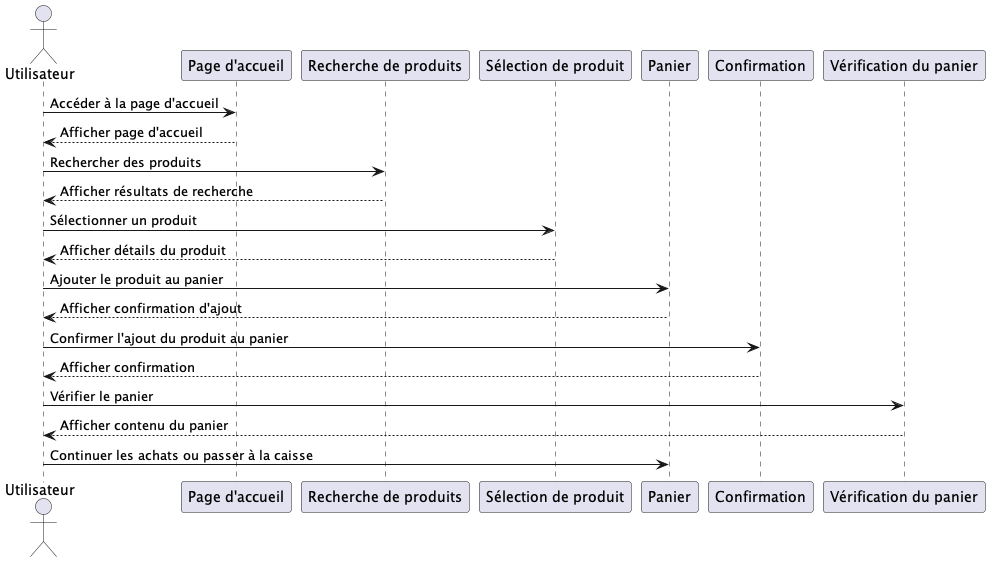
The PlantUML diagram doc/assets/UC-003-SEQDIAG-001.png in richmartins/acmestore, before a commit.
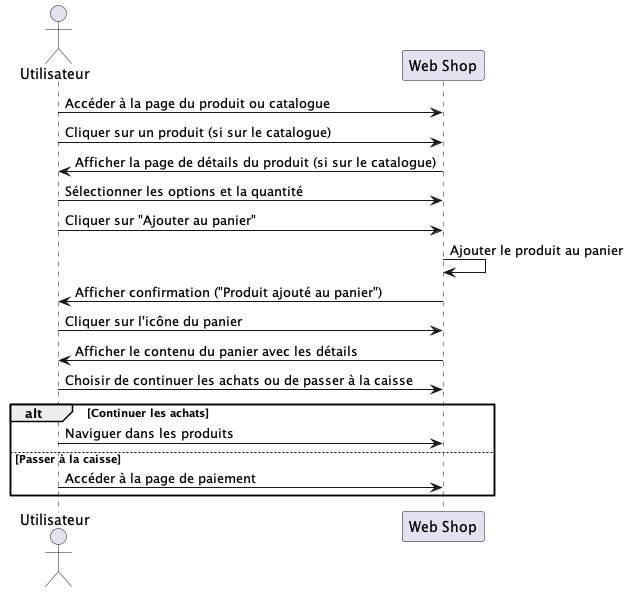
Above is the later version.

Diff of the diagram source:
```diff
@@ -1,30 +1,26 @@
 @startuml
 actor Utilisateur
 
-participant "Page d'accueil" as PageAccueil
-participant "Recherche de produits" as RechercheProduits
-participant "Sélection de produit" as SelectionProduit
-participant "Panier" as Panier
-participant "Confirmation" as Confirmation
-participant "Vérification du panier" as VerificationPanier
+participant "Web Shop" as System
 
-Utilisateur -> PageAccueil : Accéder à la page d'accueil
-PageAccueil --> Utilisateur : Afficher page d'accueil
+Utilisateur -> System : Accéder à la page du produit ou catalogue
+Utilisateur -> System : Cliquer sur un produit (si sur le catalogue)
+System -> Utilisateur : Afficher la page de détails du produit (si sur le catalogue)
 
-Utilisateur -> RechercheProduits : Rechercher des produits
-RechercheProduits --> Utilisateur : Afficher résultats de recherche
+Utilisateur -> System : Sélectionner les options et la quantité
+Utilisateur -> System : Cliquer sur "Ajouter au panier"
+System -> System : Ajouter le produit au panier
+System -> Utilisateur : Afficher confirmation ("Produit ajouté au panier")
 
-Utilisateur -> SelectionProduit : Sélectionner un produit
-SelectionProduit --> Utilisateur : Afficher détails du produit
+Utilisateur -> System : Cliquer sur l'icône du panier
+System -> Utilisateur : Afficher le contenu du panier avec les détails
 
-Utilisateur -> Panier : Ajouter le produit au panier
-Panier --> Utilisateur : Afficher confirmation d'ajout
+Utilisateur -> System : Choisir de continuer les achats ou de passer à la caisse
 
-Utilisateur -> Confirmation : Confirmer l'ajout du produit au panier
-Confirmation --> Utilisateur : Afficher confirmation
+alt Continuer les achats
+    Utilisateur -> System : Naviguer dans les produits
+else Passer à la caisse
+    Utilisateur -> System : Accéder à la page de paiement
+end
 
-Utilisateur -> VerificationPanier : Vérifier le panier
-VerificationPanier --> Utilisateur : Afficher contenu du panier
-
-Utilisateur -> Panier : Continuer les achats ou passer à la caisse
 @enduml
```
